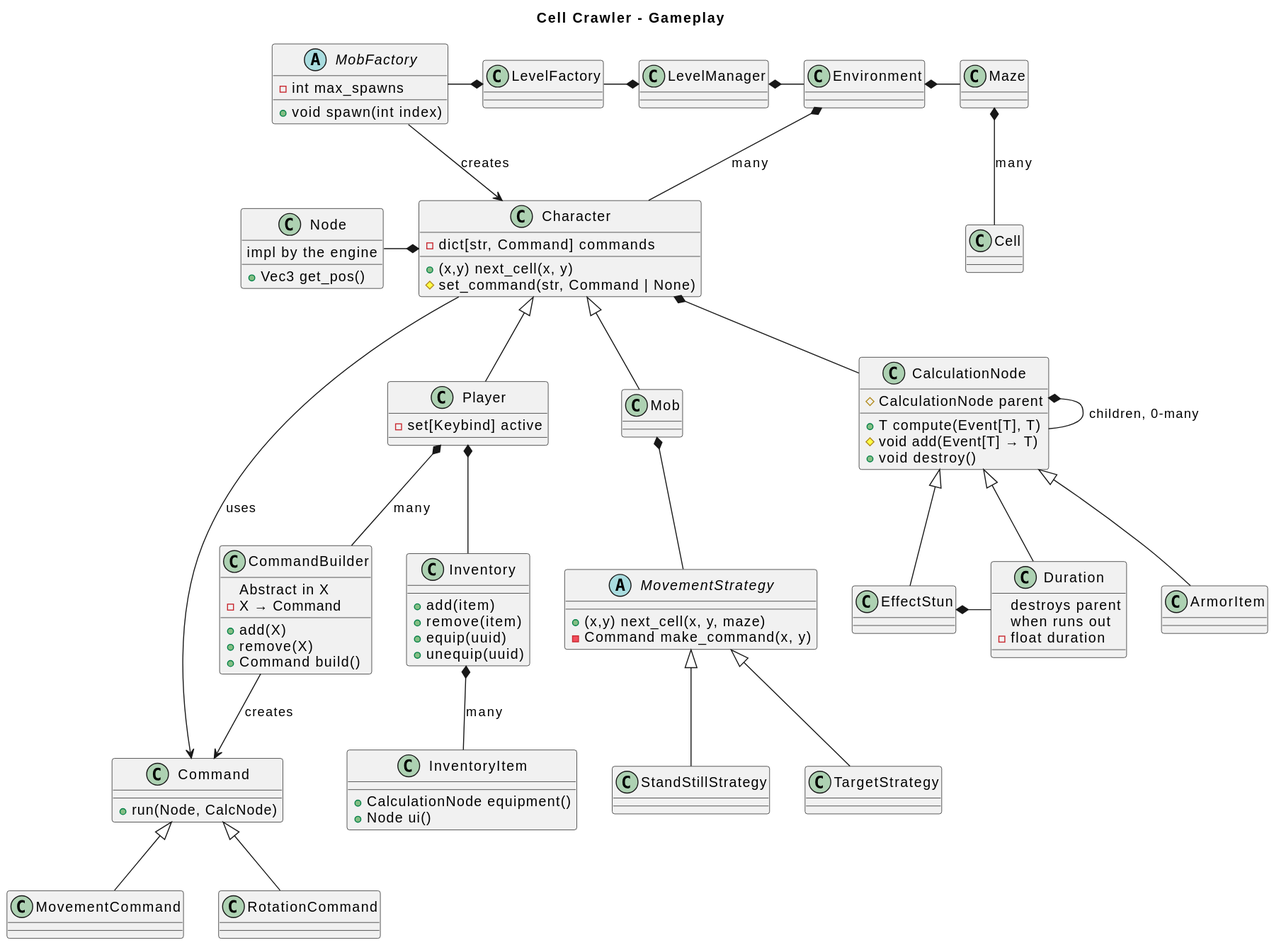
Above: diagrams/classes-gameplay.svg in ITMO-2025-SD/Roguelike (PlantUML), before the change. Source of this version:
```plantuml
@startuml
title Cell Crawler - Gameplay

class Character {
  +(x,y) next_cell(x, y)
  -dict[str, Command] commands
  #set_command(str, Command | None)
}

class Command {
  +run(Node, CalcNode)
}

class CommandBuilder {
  Abstract in X
  -X → Command
  +add(X)
  +remove(X)
  +Command build()
}

Character --> Command: uses

CommandBuilder --> Command: creates

Player *-- CommandBuilder: many

class Node {
  impl by the engine
  +Vec3 get_pos()
}

Character *-left- Node

Environment *-down- Character: many

abstract class MovementStrategy {
  +(x,y) next_cell(x, y, maze)
  -Command make_command(x, y)
}

Command <|-- MovementCommand
Command <|-- RotationCommand

class Player {
  -set[Keybind] active
}

Character <|-- Mob
Mob *-- MovementStrategy
Character <|-- Player
Player *-- Inventory
Inventory *-- InventoryItem: many
MovementStrategy <|-- TargetStrategy
MovementStrategy <|-- StandStillStrategy

class Inventory {
  +add(item)
  +remove(item)
  +equip(uuid)
  +unequip(uuid)
}

class InventoryItem {
  +CalculationNode equipment()
  +Node ui()
}

class CalculationNode {
  #CalculationNode parent
  +T compute(Event[T], T)
  #void add(Event[T] → T)
  +void destroy()
}

class Duration {
  destroys parent
  when runs out
  -float duration
}

CalculationNode <|-- Duration
CalculationNode <|-- EffectStun
EffectStun *-right- Duration
CalculationNode <|-- ArmorItem

Character *-- CalculationNode
CalculationNode *-- CalculationNode: children, 0-many

Environment *-right- Maze
Maze *-- Cell: many

LevelManager *-right- Environment
LevelManager *-left- LevelFactory
LevelFactory *-left- MobFactory

abstract class MobFactory {
  -int max_spawns
  +void spawn(int index)
}

MobFactory --> Character: creates
@enduml
```
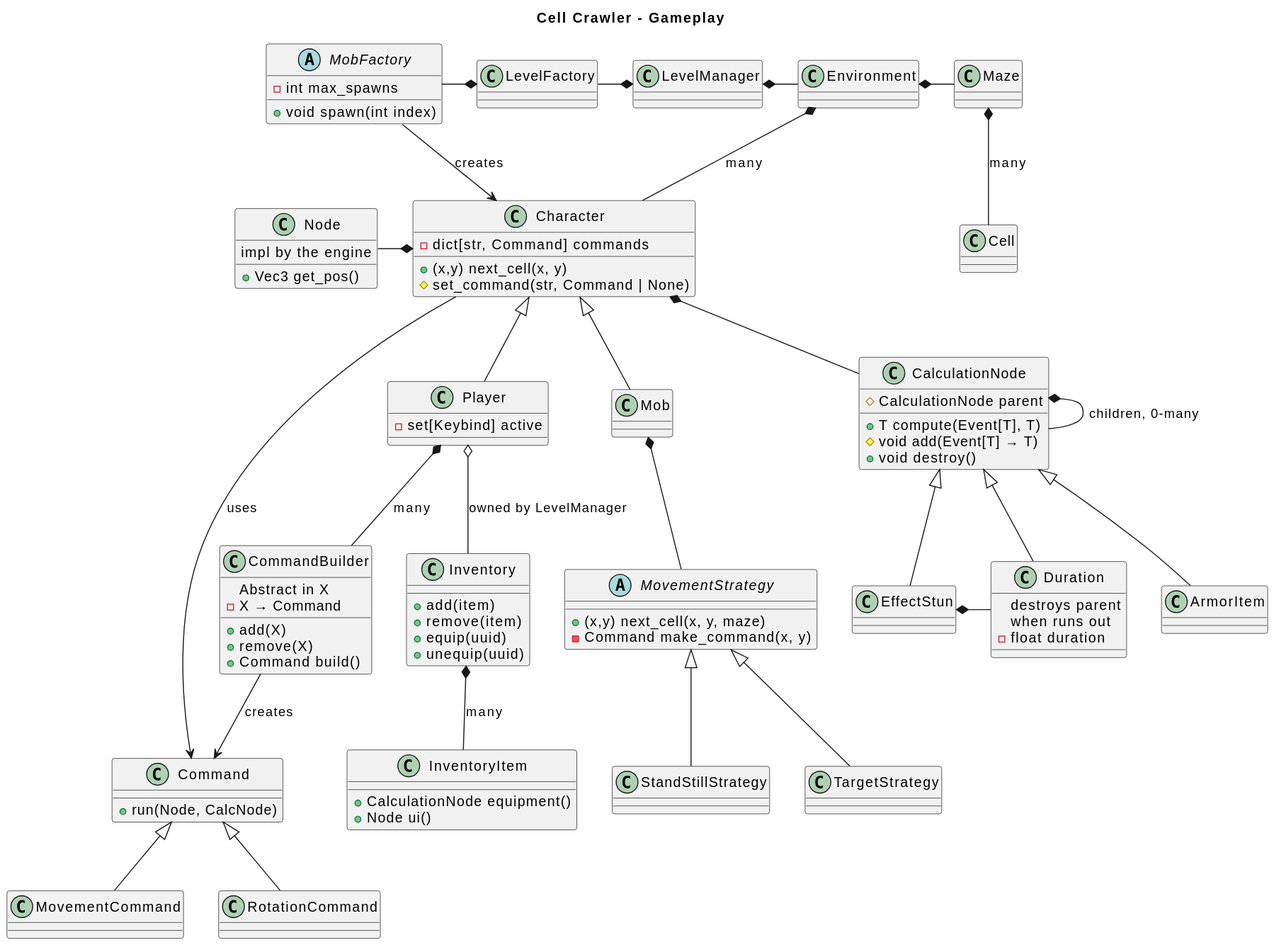
After the commit.

Commit message:
Diagrams: add architectural drivers, adjust inventory in classes diagram

Change to the diagram source:
```diff
@@ -49,7 +49,7 @@
 Character <|-- Mob
 Mob *-- MovementStrategy
 Character <|-- Player
-Player *-- Inventory
+Player o-- Inventory: owned by LevelManager
 Inventory *-- InventoryItem: many
 MovementStrategy <|-- TargetStrategy
 MovementStrategy <|-- StandStillStrategy
```
